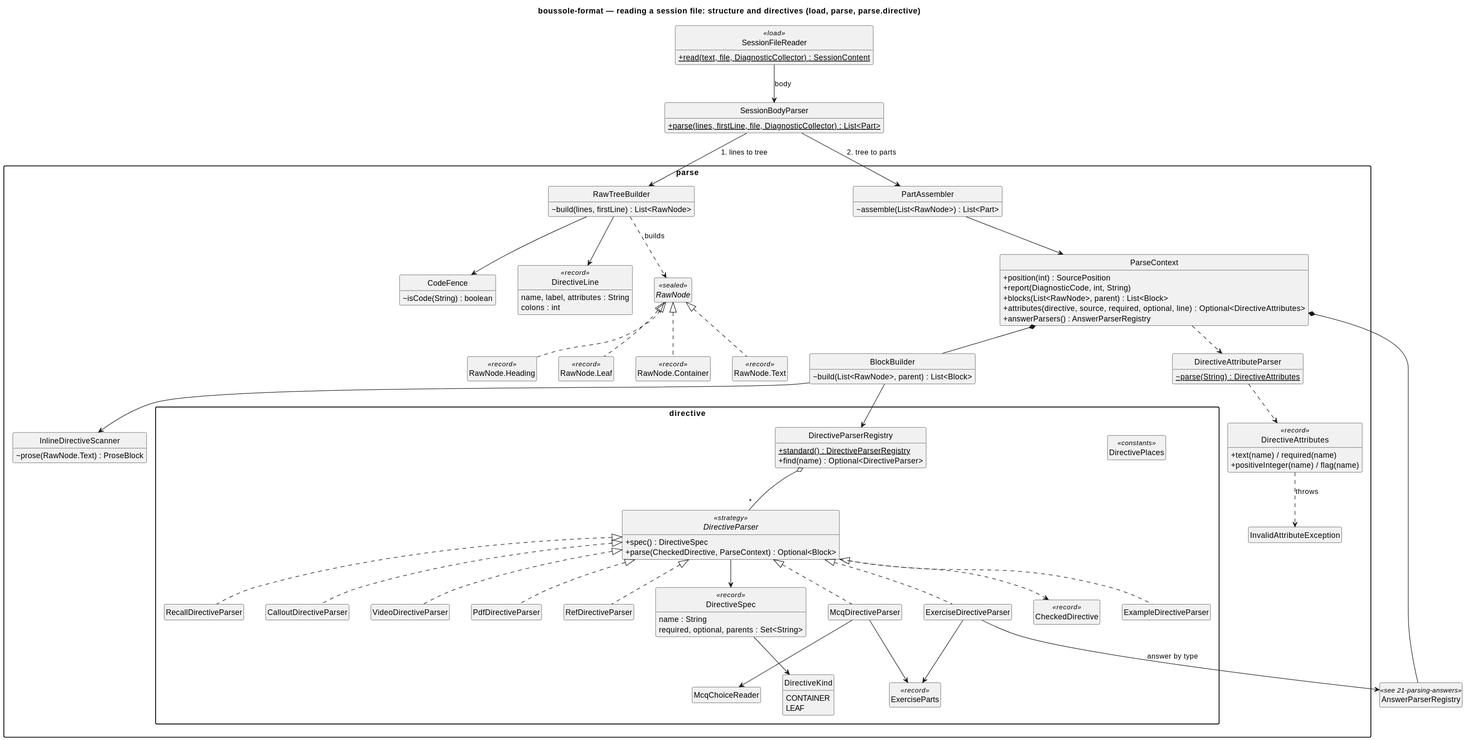
lucasssoh/Boussole keeps this PlantUML diagram as docs/diagrams/20-parsing-structure.svg. Above is the earlier version.
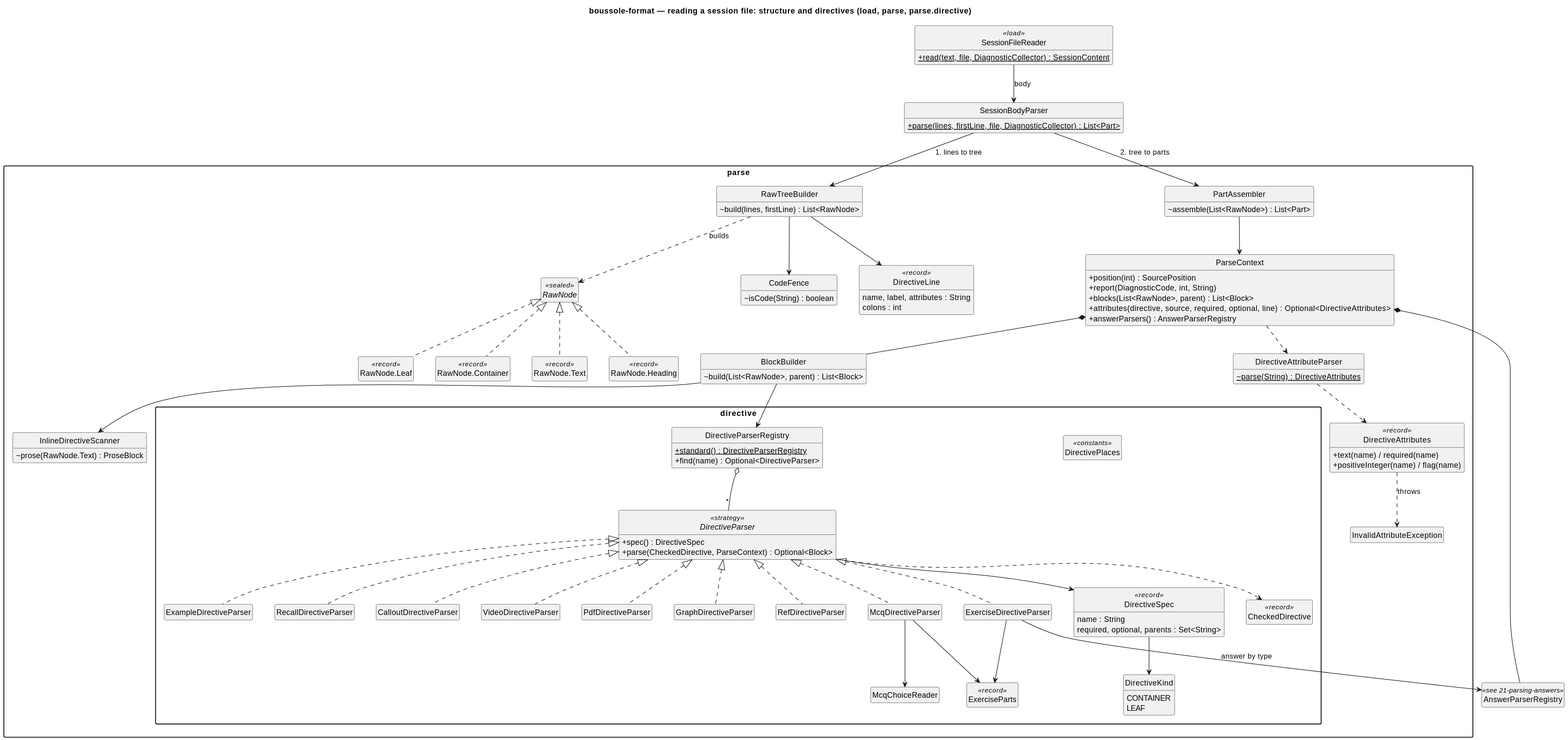
After the commit.

Diff of the diagram source:
```diff
@@ -80,6 +80,7 @@
   class CalloutDirectiveParser
   class VideoDirectiveParser
   class PdfDirectiveParser
+  class GraphDirectiveParser
   class RefDirectiveParser
   class ExerciseDirectiveParser
   class McqDirectiveParser
@@ -117,6 +118,7 @@
 DirectiveParser <|.. CalloutDirectiveParser
 DirectiveParser <|.. VideoDirectiveParser
 DirectiveParser <|.. PdfDirectiveParser
+DirectiveParser <|.. GraphDirectiveParser
 DirectiveParser <|.. RefDirectiveParser
 DirectiveParser <|.. ExerciseDirectiveParser
 DirectiveParser <|.. McqDirectiveParser
```
